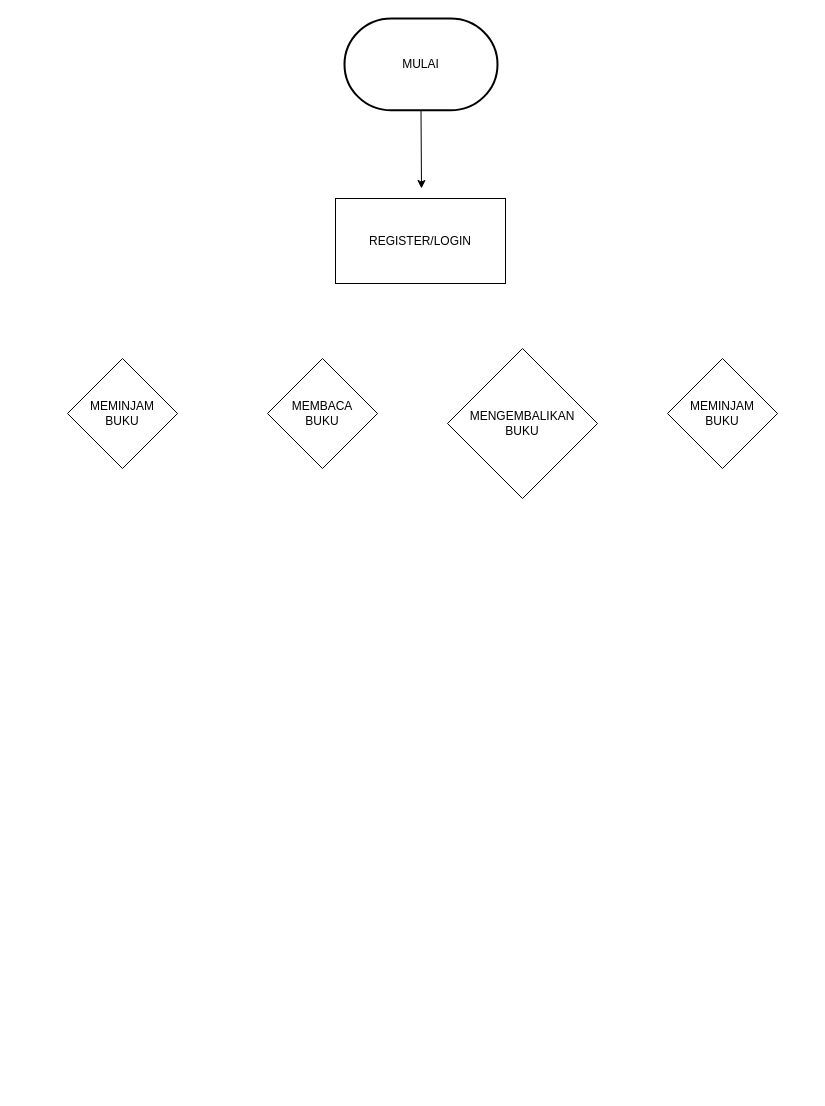
Above: flowchart-perpusdigital.drawio in thehardworkers/perpus-digital (draw.io), before the change. Source tidied: cells renumbered, new cells numbered last; positions are measured from the earlier drawing's top-left corner, leaving out a move shared by most shapes. Both pictures are drawn from the tidied source at 100%, with x=0, y=0 at pixel (67, 18).
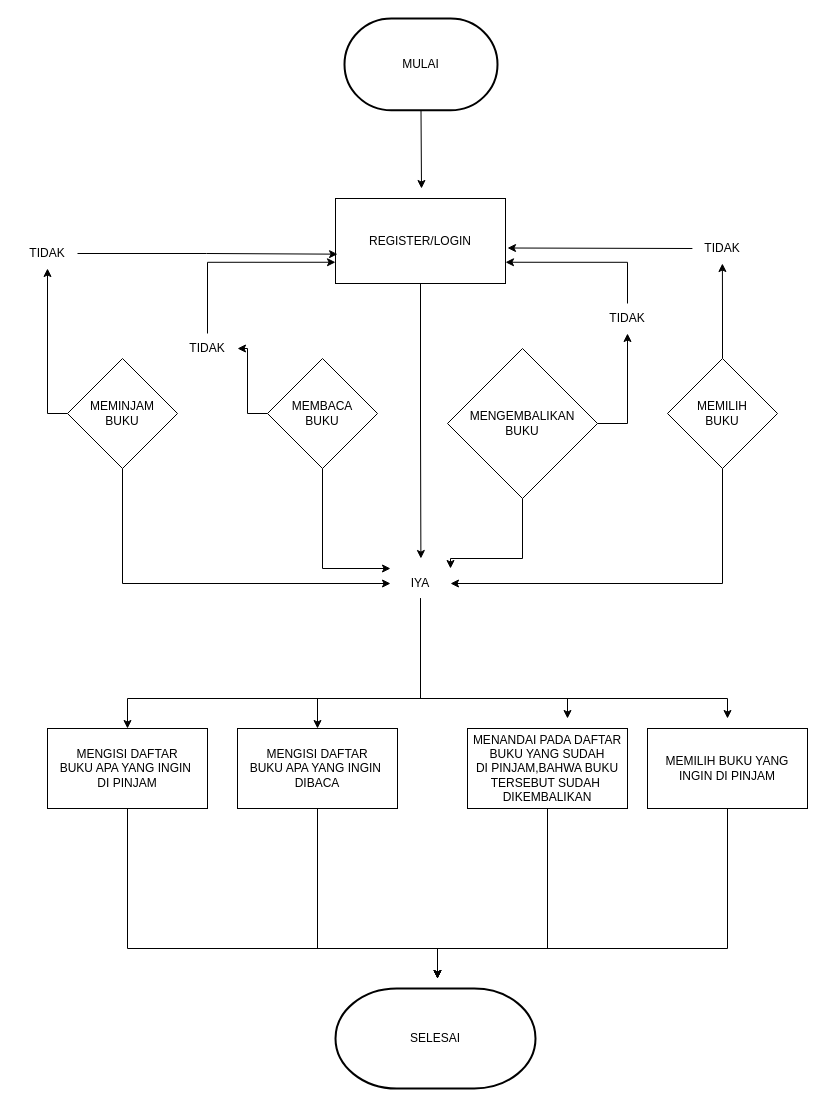
The same page after the edit.

The change refers to these unchanged cells:
```xml
<mxCell id="3" value="REGISTER/LOGIN" style="rounded=0;whiteSpace=wrap;html=1;" parent="1" vertex="1">
  <mxGeometry x="268" y="180" width="170" height="85" as="geometry" />
</mxCell>
<mxCell id="5" value="MEMINJAM&lt;br&gt;BUKU" style="rhombus;whiteSpace=wrap;html=1;" parent="1" vertex="1">
  <mxGeometry y="340" width="110" height="110" as="geometry" />
</mxCell>
<mxCell id="7" value="MENGEMBALIKAN&lt;br&gt;BUKU" style="rhombus;whiteSpace=wrap;html=1;" parent="1" vertex="1">
  <mxGeometry x="380" y="330" width="150" height="150" as="geometry" />
</mxCell>
<mxCell id="8" value="MEMBACA&lt;br&gt;BUKU" style="rhombus;whiteSpace=wrap;html=1;" parent="1" vertex="1">
  <mxGeometry x="200" y="340" width="110" height="110" as="geometry" />
</mxCell>
```

What changed in the source:
```diff
@@
+    <mxCell id="9" style="edgeStyle=orthogonalEdgeStyle;rounded=0;jettySize=auto;html=1;exitX=0.5;exitY=1;exitDx=0;exitDy=0;" parent="1" edge="1" source="3">
+      <mxGeometry relative="1" as="geometry">
+        <mxPoint x="353.4" y="540" as="targetPoint" />
+      </mxGeometry>
+    </mxCell>
@@
+    <mxCell id="10" style="edgeStyle=orthogonalEdgeStyle;rounded=0;jettySize=auto;html=1;exitX=0;exitY=0.5;exitDx=0;exitDy=0;" parent="1" edge="1" source="5" target="19">
+      <mxGeometry relative="1" as="geometry" />
+    </mxCell>
+    <mxCell id="11" style="edgeStyle=orthogonalEdgeStyle;rounded=0;jettySize=auto;html=1;exitX=0.5;exitY=1;exitDx=0;exitDy=0;entryX=0;entryY=0.5;entryDx=0;entryDy=0;" parent="1" edge="1" source="5" target="30">
+      <mxGeometry relative="1" as="geometry" />
+    </mxCell>
@@
+    <mxCell id="12" style="edgeStyle=orthogonalEdgeStyle;rounded=0;jettySize=auto;html=1;exitX=0.5;exitY=0;exitDx=0;exitDy=0;" parent="1" edge="1" source="6" target="25">
+      <mxGeometry relative="1" as="geometry" />
+    </mxCell>
+    <mxCell id="13" style="edgeStyle=orthogonalEdgeStyle;rounded=0;jettySize=auto;html=1;exitX=0.5;exitY=1;exitDx=0;exitDy=0;entryX=1;entryY=0.5;entryDx=0;entryDy=0;" parent="1" edge="1" source="6" target="30">
+      <mxGeometry relative="1" as="geometry" />
+    </mxCell>
-    <mxCell id="6" value="MEMINJAM&lt;br&gt;BUKU" style="rhombus;whiteSpace=wrap;html=1;" parent="1" vertex="1">
+    <mxCell id="6" value="MEMILIH&lt;br&gt;BUKU" style="rhombus;whiteSpace=wrap;html=1;" parent="1" vertex="1">
       <mxGeometry x="600" y="340" width="110" height="110" as="geometry" />
     </mxCell>
+    <mxCell id="14" style="edgeStyle=orthogonalEdgeStyle;rounded=0;jettySize=auto;html=1;exitX=1;exitY=0.5;exitDx=0;exitDy=0;" parent="1" edge="1" source="7" target="23">
+      <mxGeometry relative="1" as="geometry" />
+    </mxCell>
+    <mxCell id="15" style="edgeStyle=orthogonalEdgeStyle;rounded=0;jettySize=auto;html=1;exitX=0.5;exitY=1;exitDx=0;exitDy=0;entryX=1;entryY=0;entryDx=0;entryDy=0;" parent="1" edge="1" source="7" target="30">
+      <mxGeometry relative="1" as="geometry">
+        <Array as="points">
+          <mxPoint x="455" y="540" />
+          <mxPoint x="383" y="540" />
+        </Array>
+      </mxGeometry>
+    </mxCell>
@@
+    <mxCell id="16" style="edgeStyle=orthogonalEdgeStyle;rounded=0;jettySize=auto;html=1;exitX=0;exitY=0.5;exitDx=0;exitDy=0;" parent="1" edge="1" source="8" target="21">
+      <mxGeometry relative="1" as="geometry" />
+    </mxCell>
+    <mxCell id="17" style="edgeStyle=orthogonalEdgeStyle;rounded=0;jettySize=auto;html=1;exitX=0.5;exitY=1;exitDx=0;exitDy=0;entryX=0;entryY=0;entryDx=0;entryDy=0;" parent="1" edge="1" source="8" target="30">
+      <mxGeometry relative="1" as="geometry">
+        <Array as="points">
+          <mxPoint x="255" y="550" />
+        </Array>
+      </mxGeometry>
+    </mxCell>
@@
+    <mxCell id="18" style="edgeStyle=orthogonalEdgeStyle;rounded=0;jettySize=auto;html=1;exitX=1;exitY=0.5;exitDx=0;exitDy=0;entryX=0.012;entryY=0.655;entryDx=0;entryDy=0;entryPerimeter=0;" parent="1" edge="1" source="19" target="3">
+      <mxGeometry relative="1" as="geometry" />
+    </mxCell>
+    <mxCell id="19" value="TIDAK" style="text;html=1;strokeColor=none;fillColor=none;align=center;verticalAlign=middle;whiteSpace=wrap;rounded=0;" parent="1" vertex="1">
+      <mxGeometry x="-50" y="220" width="60" height="30" as="geometry" />
+    </mxCell>
+    <mxCell id="20" style="edgeStyle=orthogonalEdgeStyle;rounded=0;jettySize=auto;html=1;exitX=0.5;exitY=0;exitDx=0;exitDy=0;entryX=0;entryY=0.75;entryDx=0;entryDy=0;" parent="1" edge="1" source="21" target="3">
+      <mxGeometry relative="1" as="geometry" />
+    </mxCell>
+    <mxCell id="21" value="TIDAK" style="text;html=1;strokeColor=none;fillColor=none;align=center;verticalAlign=middle;whiteSpace=wrap;rounded=0;" parent="1" vertex="1">
+      <mxGeometry x="110" y="315" width="60" height="30" as="geometry" />
+    </mxCell>
+    <mxCell id="22" style="edgeStyle=orthogonalEdgeStyle;rounded=0;jettySize=auto;html=1;exitX=0.5;exitY=0;exitDx=0;exitDy=0;entryX=1;entryY=0.75;entryDx=0;entryDy=0;" parent="1" edge="1" source="23" target="3">
+      <mxGeometry relative="1" as="geometry" />
+    </mxCell>
+    <mxCell id="23" value="TIDAK" style="text;html=1;strokeColor=none;fillColor=none;align=center;verticalAlign=middle;whiteSpace=wrap;rounded=0;" parent="1" vertex="1">
+      <mxGeometry x="530" y="285" width="60" height="30" as="geometry" />
+    </mxCell>
+    <mxCell id="24" style="edgeStyle=orthogonalEdgeStyle;rounded=0;jettySize=auto;html=1;exitX=0;exitY=0.5;exitDx=0;exitDy=0;" parent="1" edge="1" source="25">
+      <mxGeometry relative="1" as="geometry">
+        <mxPoint x="440" y="229.5" as="targetPoint" />
+      </mxGeometry>
+    </mxCell>
+    <mxCell id="25" value="TIDAK" style="text;html=1;strokeColor=none;fillColor=none;align=center;verticalAlign=middle;whiteSpace=wrap;rounded=0;" parent="1" vertex="1">
+      <mxGeometry x="624.9" y="215" width="60" height="30" as="geometry" />
+    </mxCell>
+    <mxCell id="26" style="edgeStyle=orthogonalEdgeStyle;rounded=0;jettySize=auto;html=1;exitX=0.5;exitY=1;exitDx=0;exitDy=0;" parent="1" edge="1" source="30">
+      <mxGeometry relative="1" as="geometry">
+        <mxPoint x="250" y="710" as="targetPoint" />
+        <Array as="points">
+          <mxPoint x="353" y="680" />
+          <mxPoint x="250" y="680" />
+        </Array>
+      </mxGeometry>
+    </mxCell>
+    <mxCell id="27" style="edgeStyle=orthogonalEdgeStyle;rounded=0;jettySize=auto;html=1;exitX=0.5;exitY=1;exitDx=0;exitDy=0;" parent="1" edge="1" source="30">
+      <mxGeometry relative="1" as="geometry">
+        <mxPoint x="60" y="710" as="targetPoint" />
+        <Array as="points">
+          <mxPoint x="353" y="680" />
+          <mxPoint x="60" y="680" />
+        </Array>
+      </mxGeometry>
+    </mxCell>
+    <mxCell id="28" style="edgeStyle=orthogonalEdgeStyle;rounded=0;jettySize=auto;html=1;exitX=0.5;exitY=1;exitDx=0;exitDy=0;" parent="1" edge="1" source="30">
+      <mxGeometry relative="1" as="geometry">
+        <mxPoint x="660" y="700" as="targetPoint" />
+        <Array as="points">
+          <mxPoint x="353" y="680" />
+          <mxPoint x="660" y="680" />
+        </Array>
+      </mxGeometry>
+    </mxCell>
+    <mxCell id="29" style="edgeStyle=orthogonalEdgeStyle;rounded=0;jettySize=auto;html=1;exitX=0.5;exitY=1;exitDx=0;exitDy=0;" parent="1" edge="1" source="30">
+      <mxGeometry relative="1" as="geometry">
+        <mxPoint x="500" y="700" as="targetPoint" />
+        <Array as="points">
+          <mxPoint x="353" y="680" />
+          <mxPoint x="500" y="680" />
+        </Array>
+      </mxGeometry>
+    </mxCell>
+    <mxCell id="30" value="IYA" style="text;html=1;strokeColor=none;fillColor=none;align=center;verticalAlign=middle;whiteSpace=wrap;rounded=0;" parent="1" vertex="1">
+      <mxGeometry x="323" y="550" width="60" height="30" as="geometry" />
+    </mxCell>
+    <mxCell id="31" style="edgeStyle=orthogonalEdgeStyle;rounded=0;jettySize=auto;html=1;exitX=0.5;exitY=1;exitDx=0;exitDy=0;" parent="1" edge="1" source="32">
+      <mxGeometry relative="1" as="geometry">
+        <mxPoint x="370" y="960" as="targetPoint" />
+        <Array as="points">
+          <mxPoint x="60" y="930" />
+          <mxPoint x="370" y="930" />
+        </Array>
+      </mxGeometry>
+    </mxCell>
+    <mxCell id="32" value="MENGISI DAFTAR&lt;br&gt;BUKU APA YANG INGIN&amp;nbsp;&lt;br&gt;DI PINJAM" style="rounded=0;whiteSpace=wrap;html=1;" parent="1" vertex="1">
+      <mxGeometry x="-20" y="710" width="160" height="80" as="geometry" />
+    </mxCell>
+    <mxCell id="33" style="edgeStyle=orthogonalEdgeStyle;rounded=0;jettySize=auto;html=1;exitX=0.5;exitY=1;exitDx=0;exitDy=0;" parent="1" edge="1" source="34">
+      <mxGeometry relative="1" as="geometry">
+        <mxPoint x="370" y="960" as="targetPoint" />
+        <Array as="points">
+          <mxPoint x="250" y="930" />
+          <mxPoint x="370" y="930" />
+        </Array>
+      </mxGeometry>
+    </mxCell>
+    <mxCell id="34" value="MENGISI DAFTAR&lt;br&gt;BUKU APA YANG INGIN&amp;nbsp;&lt;br&gt;DIBACA" style="rounded=0;whiteSpace=wrap;html=1;" parent="1" vertex="1">
+      <mxGeometry x="170" y="710" width="160" height="80" as="geometry" />
+    </mxCell>
+    <mxCell id="35" style="edgeStyle=orthogonalEdgeStyle;rounded=0;jettySize=auto;html=1;exitX=0.5;exitY=1;exitDx=0;exitDy=0;" parent="1" edge="1" source="36">
+      <mxGeometry relative="1" as="geometry">
+        <mxPoint x="370" y="960" as="targetPoint" />
+        <Array as="points">
+          <mxPoint x="480" y="930" />
+          <mxPoint x="370" y="930" />
+        </Array>
+      </mxGeometry>
+    </mxCell>
+    <mxCell id="36" value="MENANDAI PADA DAFTAR&lt;br&gt;BUKU YANG SUDAH&lt;br&gt;DI PINJAM,BAHWA BUKU&lt;br&gt;TERSEBUT SUDAH&amp;nbsp;&lt;br&gt;DIKEMBALIKAN" style="rounded=0;whiteSpace=wrap;html=1;" parent="1" vertex="1">
+      <mxGeometry x="400" y="710" width="160" height="80" as="geometry" />
+    </mxCell>
+    <mxCell id="37" style="edgeStyle=orthogonalEdgeStyle;rounded=0;jettySize=auto;html=1;exitX=0.5;exitY=1;exitDx=0;exitDy=0;" parent="1" edge="1" source="38">
+      <mxGeometry relative="1" as="geometry">
+        <mxPoint x="370" y="960" as="targetPoint" />
+        <Array as="points">
+          <mxPoint x="660" y="930" />
+          <mxPoint x="370" y="930" />
+        </Array>
+      </mxGeometry>
+    </mxCell>
+    <mxCell id="38" value="MEMILIH BUKU YANG INGIN DI PINJAM" style="rounded=0;whiteSpace=wrap;html=1;" parent="1" vertex="1">
+      <mxGeometry x="580" y="710" width="160" height="80" as="geometry" />
+    </mxCell>
+    <mxCell id="39" value="SELESAI" style="strokeWidth=2;html=1;shape=mxgraph.flowchart.terminator;whiteSpace=wrap;" parent="1" vertex="1">
+      <mxGeometry x="268" y="970" width="200" height="100" as="geometry" />
+    </mxCell>
```
